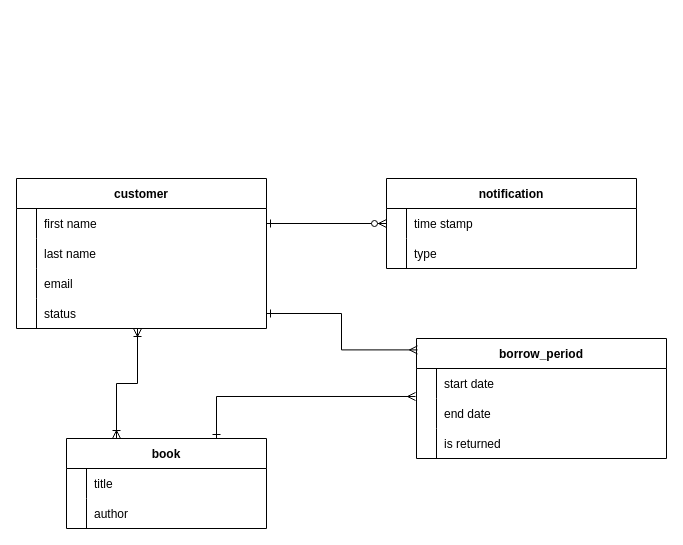
Before: MiniLibraryConceptualModel.drawio in Bubbelbad/MiniLibrary, a draw.io diagram. Source tidied: cells renumbered, new cells numbered last; positions are measured from the earlier drawing's top-left corner, leaving out a move shared by most shapes. Both pictures are drawn from the tidied source at 100%, with x=0, y=0 at pixel (16, 178).
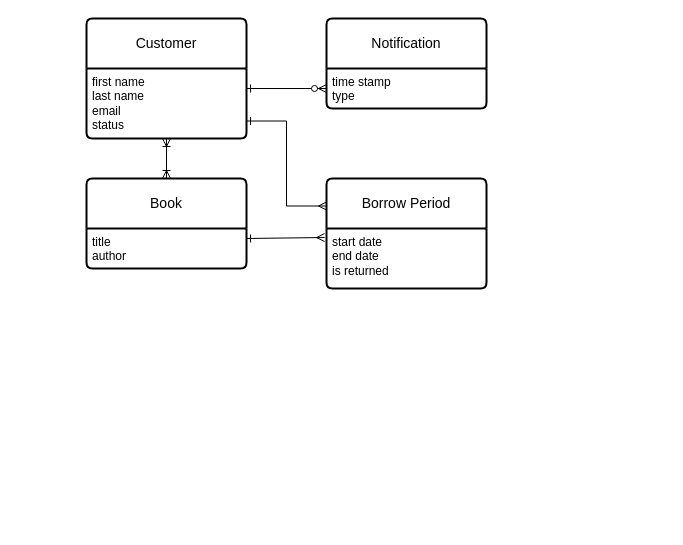
Above is the later version.

Commit message (it also covers changes not shown here):
Added password to Customer

The edit, as a diff of the source:
```diff
@@
-    <mxCell id="2" value="customer" style="shape=table;startSize=30;childLayout=tableLayout;rowLines=0;fontStyle=1;align=center;" parent="1" vertex="1">
-      <mxGeometry width="250" height="150" as="geometry" />
-    </mxCell>
-    <mxCell id="3" style="shape=partialRectangle;fillColor=none;points=[[0,0.5],[1,0.5]];portConstraint=eastwest;top=0;left=0;right=0;bottom=0;" parent="2" vertex="1">
-      <mxGeometry y="30" width="250" height="30" as="geometry" />
-    </mxCell>
-    <mxCell id="4" style="shape=partialRectangle;overflow=hidden;fillColor=none;top=0;left=0;bottom=0;right=0;" parent="3" vertex="1">
-      <mxGeometry width="20" height="30" as="geometry" />
-    </mxCell>
-    <mxCell id="5" value="first name" style="shape=partialRectangle;overflow=hidden;fillColor=none;top=0;left=0;bottom=0;right=0;align=left;spacingLeft=6;" parent="3" vertex="1">
-      <mxGeometry x="20" width="230" height="30" as="geometry" />
-    </mxCell>
-    <mxCell id="6" style="shape=partialRectangle;fillColor=none;top=0;left=0;right=0;bottom=0;" parent="2" vertex="1">
-      <mxGeometry y="60" width="250" height="30" as="geometry" />
-    </mxCell>
-    <mxCell id="7" style="shape=partialRectangle;overflow=hidden;fillColor=none;top=0;left=0;bottom=0;right=0;" parent="6" vertex="1">
-      <mxGeometry width="20" height="30" as="geometry" />
-    </mxCell>
-    <mxCell id="8" value="last name" style="shape=partialRectangle;overflow=hidden;fillColor=none;top=0;left=0;bottom=0;right=0;align=left;spacingLeft=6;" parent="6" vertex="1">
-      <mxGeometry x="20" width="230" height="30" as="geometry" />
-    </mxCell>
-    <mxCell id="9" style="shape=partialRectangle;fillColor=none;top=0;left=0;right=0;bottom=0;" parent="2" vertex="1">
-      <mxGeometry y="90" width="250" height="30" as="geometry" />
-    </mxCell>
-    <mxCell id="10" style="shape=partialRectangle;overflow=hidden;fillColor=none;top=0;left=0;bottom=0;right=0;" parent="9" vertex="1">
-      <mxGeometry width="20" height="30" as="geometry" />
-    </mxCell>
-    <mxCell id="11" value="email" style="shape=partialRectangle;overflow=hidden;fillColor=none;top=0;left=0;bottom=0;right=0;align=left;spacingLeft=6;" parent="9" vertex="1">
-      <mxGeometry x="20" width="230" height="30" as="geometry" />
-    </mxCell>
-    <mxCell id="12" style="shape=partialRectangle;fillColor=none;points=[[0,0.5],[1,0.5]];portConstraint=eastwest;top=0;left=0;right=0;bottom=0;" parent="2" vertex="1">
-      <mxGeometry y="120" width="250" height="30" as="geometry" />
-    </mxCell>
-    <mxCell id="13" value="    " style="shape=partialRectangle;overflow=hidden;fillColor=none;top=0;left=0;bottom=0;right=0;" parent="12" vertex="1">
-      <mxGeometry width="20" height="30" as="geometry" />
-    </mxCell>
-    <mxCell id="14" value="status" style="shape=partialRectangle;overflow=hidden;fillColor=none;top=0;left=0;bottom=0;right=0;align=left;spacingLeft=6;" parent="12" vertex="1">
-      <mxGeometry x="20" width="230" height="30" as="geometry" />
-    </mxCell>
-    <mxCell id="15" style="edgeStyle=orthogonalEdgeStyle;rounded=0;jettySize=auto;html=1;exitX=0.25;exitY=0;exitDx=0;exitDy=0;entryX=0.484;entryY=1;entryDx=0;entryDy=0;startArrow=ERoneToMany;startFill=0;endArrow=ERoneToMany;endFill=0;entryPerimeter=0;" parent="1" edge="1" source="16" target="12">
+    <mxCell id="15" style="edgeStyle=orthogonalEdgeStyle;rounded=0;jettySize=auto;html=1;exitX=0.5;exitY=0;exitDx=0;exitDy=0;entryX=0.5;entryY=1;entryDx=0;entryDy=0;startArrow=ERoneToMany;startFill=0;endArrow=ERoneToMany;endFill=0;" parent="1" edge="1" source="49" target="44">
       <mxGeometry relative="1" as="geometry" />
     </mxCell>
-    <mxCell id="16" value="book" style="shape=table;startSize=30;childLayout=tableLayout;rowLines=0;fontStyle=1;align=center;" parent="1" vertex="1">
-      <mxGeometry x="50" y="260" width="200" height="90" as="geometry" />
-    </mxCell>
-    <mxCell id="17" style="shape=partialRectangle;fillColor=none;top=0;left=0;right=0;bottom=0;" parent="16" vertex="1">
-      <mxGeometry y="30" width="200" height="30" as="geometry" />
-    </mxCell>
-    <mxCell id="18" style="shape=partialRectangle;overflow=hidden;fillColor=none;top=0;left=0;bottom=0;right=0;" parent="17" vertex="1">
-      <mxGeometry width="20" height="30" as="geometry" />
-    </mxCell>
-    <mxCell id="19" value="title" style="shape=partialRectangle;overflow=hidden;fillColor=none;top=0;left=0;bottom=0;right=0;align=left;spacingLeft=6;" parent="17" vertex="1">
-      <mxGeometry x="20" width="180" height="30" as="geometry" />
-    </mxCell>
-    <mxCell id="20" style="shape=partialRectangle;fillColor=none;top=0;left=0;right=0;bottom=0;" parent="16" vertex="1">
-      <mxGeometry y="60" width="200" height="30" as="geometry" />
-    </mxCell>
-    <mxCell id="21" style="shape=partialRectangle;overflow=hidden;fillColor=none;top=0;left=0;bottom=0;right=0;" parent="20" vertex="1">
-      <mxGeometry width="20" height="30" as="geometry" />
-    </mxCell>
-    <mxCell id="22" value="author" style="shape=partialRectangle;overflow=hidden;fillColor=none;top=0;left=0;bottom=0;right=0;align=left;spacingLeft=6;" parent="20" vertex="1">
-      <mxGeometry x="20" width="180" height="30" as="geometry" />
-    </mxCell>
-    <mxCell id="23" value="notification" style="shape=table;startSize=30;childLayout=tableLayout;rowLines=0;fontStyle=1;align=center;" parent="1" vertex="1">
-      <mxGeometry x="370" width="250" height="90" as="geometry" />
-    </mxCell>
-    <mxCell id="24" style="shape=partialRectangle;fillColor=none;points=[[0,0.5],[1,0.5]];portConstraint=eastwest;top=0;left=0;right=0;bottom=0;" parent="23" vertex="1">
-      <mxGeometry y="30" width="250" height="30" as="geometry" />
-    </mxCell>
-    <mxCell id="25" style="shape=partialRectangle;overflow=hidden;fillColor=none;top=0;left=0;bottom=0;right=0;" parent="24" vertex="1">
-      <mxGeometry width="20" height="30" as="geometry" />
-    </mxCell>
-    <mxCell id="26" value="time stamp" style="shape=partialRectangle;overflow=hidden;fillColor=none;top=0;left=0;bottom=0;right=0;align=left;spacingLeft=6;" parent="24" vertex="1">
-      <mxGeometry x="20" width="230" height="30" as="geometry" />
-    </mxCell>
-    <mxCell id="27" style="shape=partialRectangle;fillColor=none;top=0;left=0;right=0;bottom=0;" parent="23" vertex="1">
-      <mxGeometry y="60" width="250" height="30" as="geometry" />
-    </mxCell>
-    <mxCell id="28" style="shape=partialRectangle;overflow=hidden;fillColor=none;top=0;left=0;bottom=0;right=0;" parent="27" vertex="1">
-      <mxGeometry width="20" height="30" as="geometry" />
-    </mxCell>
-    <mxCell id="29" value="type" style="shape=partialRectangle;overflow=hidden;fillColor=none;top=0;left=0;bottom=0;right=0;align=left;spacingLeft=6;" parent="27" vertex="1">
-      <mxGeometry x="20" width="230" height="30" as="geometry" />
-    </mxCell>
-    <mxCell id="30" value="borrow_period" style="shape=table;startSize=30;childLayout=tableLayout;rowLines=0;fontStyle=1;align=center;" parent="1" vertex="1">
-      <mxGeometry x="400" y="160" width="250" height="120" as="geometry" />
-    </mxCell>
-    <mxCell id="31" style="shape=partialRectangle;fillColor=none;points=[[0,0.5],[1,0.5]];portConstraint=eastwest;top=0;left=0;right=0;bottom=0;" parent="30" vertex="1">
-      <mxGeometry y="30" width="250" height="30" as="geometry" />
-    </mxCell>
-    <mxCell id="32" style="shape=partialRectangle;overflow=hidden;fillColor=none;top=0;left=0;bottom=0;right=0;" parent="31" vertex="1">
-      <mxGeometry width="20" height="30" as="geometry" />
-    </mxCell>
-    <mxCell id="33" value="start date" style="shape=partialRectangle;overflow=hidden;fillColor=none;top=0;left=0;bottom=0;right=0;align=left;spacingLeft=6;" parent="31" vertex="1">
-      <mxGeometry x="20" width="230" height="30" as="geometry" />
-    </mxCell>
-    <mxCell id="34" style="shape=partialRectangle;fillColor=none;top=0;left=0;right=0;bottom=0;" parent="30" vertex="1">
-      <mxGeometry y="60" width="250" height="30" as="geometry" />
-    </mxCell>
-    <mxCell id="35" style="shape=partialRectangle;overflow=hidden;fillColor=none;top=0;left=0;bottom=0;right=0;" parent="34" vertex="1">
-      <mxGeometry width="20" height="30" as="geometry" />
-    </mxCell>
-    <mxCell id="36" value="end date" style="shape=partialRectangle;overflow=hidden;fillColor=none;top=0;left=0;bottom=0;right=0;align=left;spacingLeft=6;" parent="34" vertex="1">
-      <mxGeometry x="20" width="230" height="30" as="geometry" />
-    </mxCell>
-    <mxCell id="37" style="shape=partialRectangle;fillColor=none;top=0;left=0;right=0;bottom=0;" parent="30" vertex="1">
-      <mxGeometry y="90" width="250" height="30" as="geometry" />
-    </mxCell>
-    <mxCell id="38" style="shape=partialRectangle;overflow=hidden;fillColor=none;top=0;left=0;bottom=0;right=0;" parent="37" vertex="1">
-      <mxGeometry width="20" height="30" as="geometry" />
-    </mxCell>
-    <mxCell id="39" value="is returned" style="shape=partialRectangle;overflow=hidden;fillColor=none;top=0;left=0;bottom=0;right=0;align=left;spacingLeft=6;" parent="37" vertex="1">
-      <mxGeometry x="20" width="230" height="30" as="geometry" />
-    </mxCell>
-    <mxCell id="40" style="fontSize=12;html=1;endArrow=ERzeroToMany;endFill=1;rounded=0;entryX=0;entryY=0.5;entryDx=0;entryDy=0;exitX=1;exitY=0.5;exitDx=0;exitDy=0;startArrow=ERone;startFill=0;" parent="1" edge="1" source="3" target="24">
-      <mxGeometry relative="1" as="geometry" />
-    </mxCell>
-    <mxCell id="41" style="edgeStyle=orthogonalEdgeStyle;rounded=0;jettySize=auto;html=1;exitX=0.75;exitY=0;exitDx=0;exitDy=0;entryX=-0.004;entryY=0.933;entryDx=0;entryDy=0;entryPerimeter=0;startArrow=ERone;startFill=0;endArrow=ERmany;endFill=0;" parent="1" edge="1" source="16" target="31">
-      <mxGeometry relative="1" as="geometry" />
-    </mxCell>
-    <mxCell id="42" style="edgeStyle=orthogonalEdgeStyle;rounded=0;jettySize=auto;html=1;exitX=1;exitY=0.5;exitDx=0;exitDy=0;entryX=0.004;entryY=0.095;entryDx=0;entryDy=0;entryPerimeter=0;startArrow=ERone;startFill=0;endArrow=ERmany;endFill=0;" parent="1" edge="1" source="12" target="30">
-      <mxGeometry relative="1" as="geometry" />
-    </mxCell>
+    <mxCell id="43" value="Customer" style="swimlane;horizontal=1;startSize=50;rounded=1;fontSize=14;fontStyle=0;strokeWidth=2;shadow=0;dashed=0;align=center;arcSize=4;whiteSpace=wrap;html=1;" parent="1" vertex="1">
+      <mxGeometry x="70" y="-160" width="160" height="120" as="geometry" />
+    </mxCell>
+    <mxCell id="44" value="&lt;div&gt;first name&lt;/div&gt;&lt;div&gt;last name &lt;br&gt;&lt;/div&gt;&lt;div&gt;email&lt;/div&gt;&lt;div&gt;status&lt;br&gt;&lt;/div&gt;" style="align=left;strokeColor=none;fillColor=none;spacingLeft=4;fontSize=12;verticalAlign=top;html=1;" parent="43" vertex="1">
+      <mxGeometry y="50" width="160" height="70" as="geometry" />
+    </mxCell>
+    <mxCell id="45" value="Notification" style="swimlane;horizontal=1;startSize=50;rounded=1;fontSize=14;fontStyle=0;strokeWidth=2;shadow=0;dashed=0;align=center;arcSize=4;whiteSpace=wrap;html=1;" parent="1" vertex="1">
+      <mxGeometry x="310" y="-160" width="160" height="90" as="geometry" />
+    </mxCell>
+    <mxCell id="46" value="&lt;div&gt;time stamp&lt;/div&gt;&lt;div&gt;type&lt;br&gt;&lt;/div&gt;" style="align=left;strokeColor=none;fillColor=none;spacingLeft=4;fontSize=12;verticalAlign=top;html=1;" parent="45" vertex="1">
+      <mxGeometry y="50" width="160" height="40" as="geometry" />
+    </mxCell>
+    <mxCell id="47" value="Borrow Period" style="swimlane;horizontal=1;startSize=50;rounded=1;fontSize=14;fontStyle=0;strokeWidth=2;shadow=0;dashed=0;align=center;arcSize=4;whiteSpace=wrap;html=1;" parent="1" vertex="1">
+      <mxGeometry x="310" width="160" height="110" as="geometry" />
+    </mxCell>
+    <mxCell id="48" value="&lt;div&gt;start date&lt;/div&gt;&lt;div&gt;end date&lt;/div&gt;&lt;div&gt;is returned&lt;br&gt;&lt;/div&gt;" style="align=left;strokeColor=none;fillColor=none;spacingLeft=4;fontSize=12;verticalAlign=top;html=1;" parent="47" vertex="1">
+      <mxGeometry y="50" width="160" height="60" as="geometry" />
+    </mxCell>
+    <mxCell id="49" value="Book" style="swimlane;horizontal=1;startSize=50;rounded=1;fontSize=14;fontStyle=0;strokeWidth=2;shadow=0;dashed=0;align=center;arcSize=4;whiteSpace=wrap;html=1;" parent="1" vertex="1">
+      <mxGeometry x="70" width="160" height="90" as="geometry" />
+    </mxCell>
+    <mxCell id="50" value="&lt;div&gt;title&lt;/div&gt;&lt;div&gt;author&lt;/div&gt;&lt;div&gt;&lt;br&gt;&lt;/div&gt;" style="align=left;strokeColor=none;fillColor=none;spacingLeft=4;fontSize=12;verticalAlign=top;html=1;" parent="49" vertex="1">
+      <mxGeometry y="50" width="160" height="40" as="geometry" />
+    </mxCell>
+    <mxCell id="51" style="fontSize=12;html=1;endArrow=ERzeroToMany;endFill=1;rounded=0;entryX=0;entryY=0.5;entryDx=0;entryDy=0;startArrow=ERone;startFill=0;" parent="1" edge="1" target="46">
+      <mxGeometry relative="1" as="geometry">
+        <mxPoint x="230" y="-90" as="sourcePoint" />
+      </mxGeometry>
+    </mxCell>
+    <mxCell id="52" style="rounded=0;jettySize=auto;html=1;exitX=1;exitY=0.75;exitDx=0;exitDy=0;entryX=0;entryY=0.25;entryDx=0;entryDy=0;startArrow=ERone;startFill=0;endArrow=ERmany;endFill=0;edgeStyle=orthogonalEdgeStyle;" parent="1" edge="1" source="44" target="47">
+      <mxGeometry relative="1" as="geometry" />
+    </mxCell>
+    <mxCell id="53" style="rounded=0;jettySize=auto;html=1;exitX=1;exitY=0.25;exitDx=0;exitDy=0;entryX=-0.012;entryY=0.15;entryDx=0;entryDy=0;startArrow=ERone;startFill=0;endArrow=ERmany;endFill=0;entryPerimeter=0;" parent="1" edge="1" source="50" target="48">
+      <mxGeometry relative="1" as="geometry" />
+    </mxCell>
```
